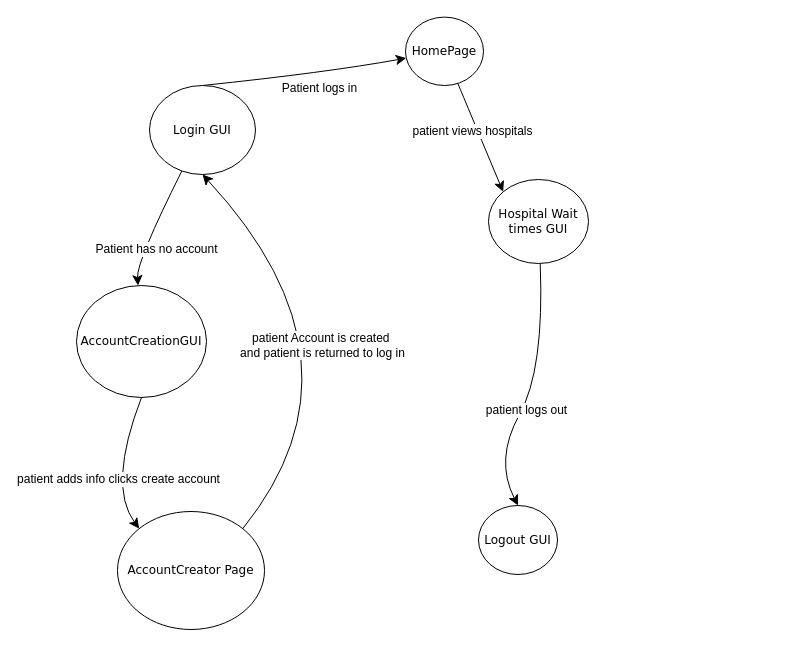
Above: EliorWork/drawios/PatientLogin_SMD.drawio in SENG-350-2024-fall/Team9 (draw.io), before the change. Source tidied: cells renumbered, new cells numbered last; positions are measured from the earlier drawing's top-left corner, leaving out a move shared by most shapes. Both pictures are drawn from the tidied source at 100%, with x=0, y=0 at pixel (76, 17).
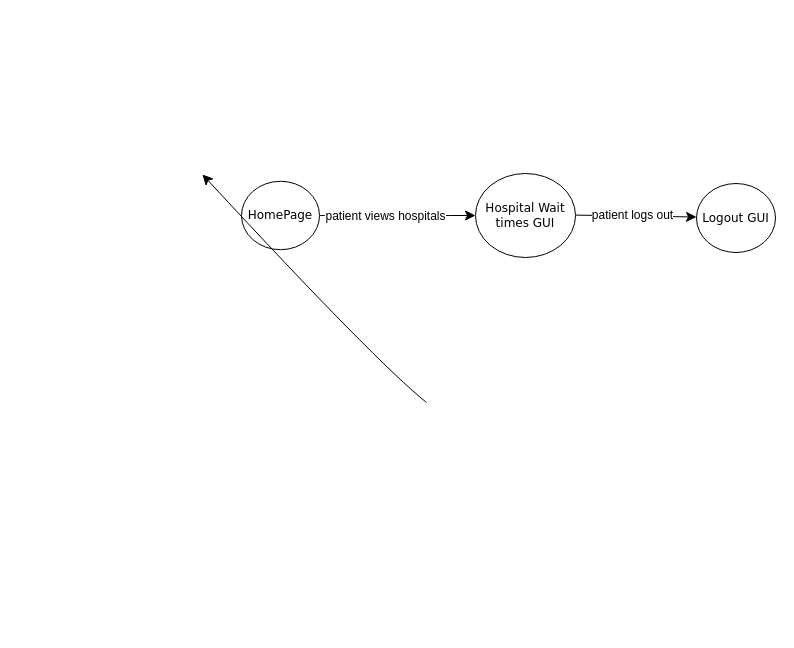
The same diagram, later.

The edit, as a diff of the source:
```diff
@@
-    <mxCell id="2" style="edgeStyle=none;curved=1;rounded=0;jettySize=auto;html=1;fontSize=12;startSize=8;endSize=8;exitX=0.5;exitY=0;exitDx=0;exitDy=0;" parent="1" edge="1" source="6" target="10">
-      <mxGeometry relative="1" as="geometry">
-        <Array as="points">
-          <mxPoint x="250" y="55" />
-        </Array>
-      </mxGeometry>
-    </mxCell>
-    <mxCell id="3" value="Patient logs in" style="edgeLabel;html=1;align=center;verticalAlign=middle;fontSize=12;" parent="2" vertex="1">
-      <mxGeometry x="0.13" y="-15" relative="1" as="geometry" />
-    </mxCell>
-    <mxCell id="4" style="edgeStyle=none;curved=1;rounded=0;jettySize=auto;html=1;fontSize=12;startSize=8;endSize=8;" parent="1" edge="1" source="6" target="13">
-      <mxGeometry relative="1" as="geometry">
-        <Array as="points">
-          <mxPoint x="60" y="244" />
-        </Array>
-      </mxGeometry>
-    </mxCell>
-    <mxCell id="5" value="Patient has no account" style="edgeLabel;html=1;align=center;verticalAlign=middle;fontSize=12;" parent="4" vertex="1">
-      <mxGeometry x="0.29" y="12" relative="1" as="geometry" />
-    </mxCell>
-    <mxCell id="6" value="Login GUI" style="rounded=1;whiteSpace=wrap;html=1;arcSize=24;shadow=0;comic=0;labelBackgroundColor=none;fontFamily=Verdana;fontSize=12;align=center;shape=ellipse;perimeter=ellipsePerimeter;" parent="1" vertex="1">
-      <mxGeometry x="73" y="68" width="106" height="89" as="geometry" />
-    </mxCell>
-    <mxCell id="7" value="AccountCreator Page" style="rounded=1;whiteSpace=wrap;html=1;arcSize=24;shadow=0;comic=0;labelBackgroundColor=none;fontFamily=Verdana;fontSize=12;align=center;shape=ellipse;perimeter=ellipsePerimeter;" parent="1" vertex="1">
-      <mxGeometry x="41" y="494" width="147" height="118" as="geometry" />
-    </mxCell>
-    <mxCell id="8" style="edgeStyle=none;curved=1;rounded=0;jettySize=auto;html=1;fontSize=12;startSize=8;endSize=8;entryX=0;entryY=0;entryDx=0;entryDy=0;" parent="1" edge="1" source="10" target="17">
+    <mxCell id="8" style="edgeStyle=none;curved=1;rounded=0;jettySize=auto;html=1;fontSize=12;startSize=8;endSize=8;entryX=0;entryY=0.5;entryDx=0;entryDy=0;" parent="1" edge="1" source="10" target="17">
       <mxGeometry relative="1" as="geometry" />
     </mxCell>
     <mxCell id="9" value="patient views hospitals" style="edgeLabel;html=1;align=center;verticalAlign=middle;fontSize=12;" parent="8" vertex="1">
       <mxGeometry x="-0.15" y="-4" relative="1" as="geometry">
-        <mxPoint x="-1" as="offset" />
+        <mxPoint x="-1" y="-4" as="offset" />
       </mxGeometry>
     </mxCell>
     <mxCell id="10" value="HomePage" style="rounded=1;whiteSpace=wrap;html=1;arcSize=24;shadow=0;comic=0;labelBackgroundColor=none;fontFamily=Verdana;fontSize=12;align=center;shape=ellipse;perimeter=ellipsePerimeter;" parent="1" vertex="1">
-      <mxGeometry x="329" y="-0.4" width="78" height="68.4" as="geometry" />
+      <mxGeometry x="165" y="163.8" width="78" height="68.4" as="geometry" />
     </mxCell>
-    <mxCell id="11" style="edgeStyle=none;jettySize=auto;html=1;rounded=0;fontSize=12;startSize=8;endSize=8;curved=1;exitX=1;exitY=0;exitDx=0;exitDy=0;entryX=0.5;entryY=1;entryDx=0;entryDy=0;" parent="1" edge="1" source="7" target="6">
+    <mxCell id="11" style="edgeStyle=none;orthogonalLoop=1;jettySize=auto;html=1;rounded=0;fontSize=12;startSize=8;endSize=8;curved=1;exitX=1;exitY=0;exitDx=0;exitDy=0;entryX=0.5;entryY=1;entryDx=0;entryDy=0;" parent="1" edge="1">
       <mxGeometry relative="1" as="geometry">
+        <mxPoint x="350" y="385" as="sourcePoint" />
+        <mxPoint x="126" y="157" as="targetPoint" />
         <Array as="points">
           <mxPoint x="300" y="345" />
         </Array>
       </mxGeometry>
     </mxCell>
-    <mxCell id="12" value="patient Account is created&amp;nbsp;&lt;div&gt;and patient is returned to log in&lt;/div&gt;" style="edgeLabel;html=1;align=center;verticalAlign=middle;fontSize=12;" parent="11" vertex="1">
-      <mxGeometry x="0.12" y="28" relative="1" as="geometry" />
-    </mxCell>
-    <mxCell id="13" value="AccountCreationGUI" style="rounded=1;whiteSpace=wrap;html=1;arcSize=24;shadow=0;comic=0;labelBackgroundColor=none;fontFamily=Verdana;fontSize=12;align=center;shape=ellipse;perimeter=ellipsePerimeter;" parent="1" vertex="1">
-      <mxGeometry y="268" width="130" height="112" as="geometry" />
-    </mxCell>
-    <mxCell id="14" style="edgeStyle=none;curved=1;rounded=0;jettySize=auto;html=1;fontSize=12;startSize=8;endSize=8;exitX=0.5;exitY=1;exitDx=0;exitDy=0;entryX=0;entryY=0;entryDx=0;entryDy=0;" parent="1" edge="1" source="13" target="7">
-      <mxGeometry relative="1" as="geometry">
-        <Array as="points">
-          <mxPoint x="31" y="468" />
-        </Array>
-      </mxGeometry>
-    </mxCell>
-    <mxCell id="15" value="patient adds info clicks create account" style="edgeLabel;html=1;align=center;verticalAlign=middle;fontSize=12;" parent="14" vertex="1">
-      <mxGeometry x="0.29" y="12" relative="1" as="geometry" />
-    </mxCell>
-    <mxCell id="16" value="patient logs out" style="edgeStyle=none;curved=1;rounded=0;jettySize=auto;html=1;fontSize=12;startSize=8;endSize=8;entryX=0.5;entryY=0;entryDx=0;entryDy=0;" parent="1" edge="1" source="17" target="18">
-      <mxGeometry x="0.16" y="4" relative="1" as="geometry">
-        <Array as="points">
-          <mxPoint x="468" y="352" />
-          <mxPoint x="418" y="442" />
-        </Array>
+    <mxCell id="16" style="rounded=0;orthogonalLoop=1;jettySize=auto;html=1;fontSize=12;startSize=8;endSize=8;entryX=0;entryY=0.5;entryDx=0;entryDy=0;" parent="1" edge="1">
+      <mxGeometry x="0.04" y="2" relative="1" as="geometry">
+        <mxPoint x="499" y="197.6" as="sourcePoint" />
+        <mxPoint x="620" y="199.5" as="targetPoint" />
       </mxGeometry>
     </mxCell>
+    <mxCell id="19" value="&lt;span style=&quot;font-size: 12px;&quot;&gt;patient logs out&lt;/span&gt;" style="edgeLabel;html=1;align=center;verticalAlign=middle;" parent="16" vertex="1">
+      <mxGeometry x="-0.07" y="2" relative="1" as="geometry">
+        <mxPoint y="1" as="offset" />
+      </mxGeometry>
+    </mxCell>
     <mxCell id="17" value="Hospital Wait times GUI" style="rounded=1;whiteSpace=wrap;html=1;arcSize=24;shadow=0;comic=0;labelBackgroundColor=none;fontFamily=Verdana;fontSize=12;align=center;shape=ellipse;perimeter=ellipsePerimeter;" parent="1" vertex="1">
-      <mxGeometry x="412" y="162" width="100" height="84" as="geometry" />
+      <mxGeometry x="399" y="156" width="100" height="84" as="geometry" />
     </mxCell>
     <mxCell id="18" value="Logout GUI" style="rounded=1;whiteSpace=wrap;html=1;arcSize=24;shadow=0;comic=0;labelBackgroundColor=none;fontFamily=Verdana;fontSize=12;align=center;shape=ellipse;perimeter=ellipsePerimeter;" parent="1" vertex="1">
-      <mxGeometry x="402" y="488" width="79" height="69" as="geometry" />
+      <mxGeometry x="620" y="166" width="79" height="69" as="geometry" />
     </mxCell>
```
